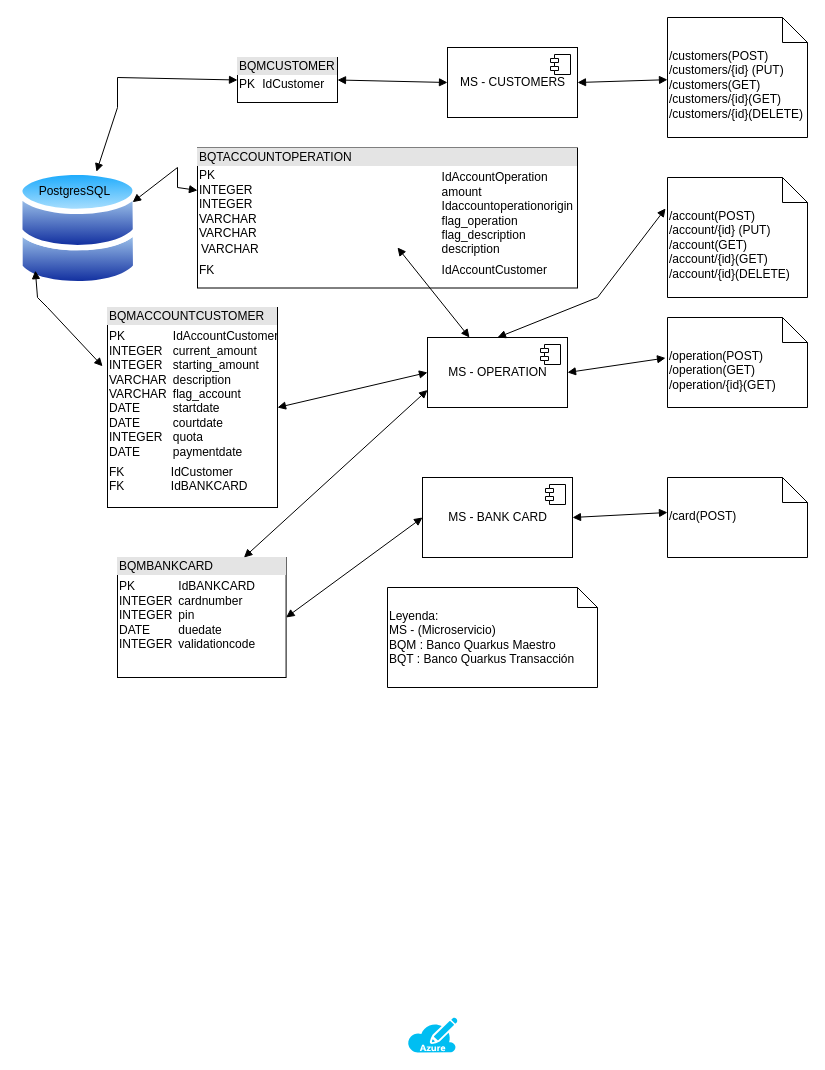
Before: SolutionBank-v1.drawio in AppBancoQuarkus/designsolution, a draw.io diagram. Source tidied: cells renumbered, new cells numbered last; positions are measured from the earlier drawing's top-left corner, leaving out a move shared by most shapes. Both pictures are drawn from the tidied source at 100%, with x=0, y=0 at pixel (17, 17).
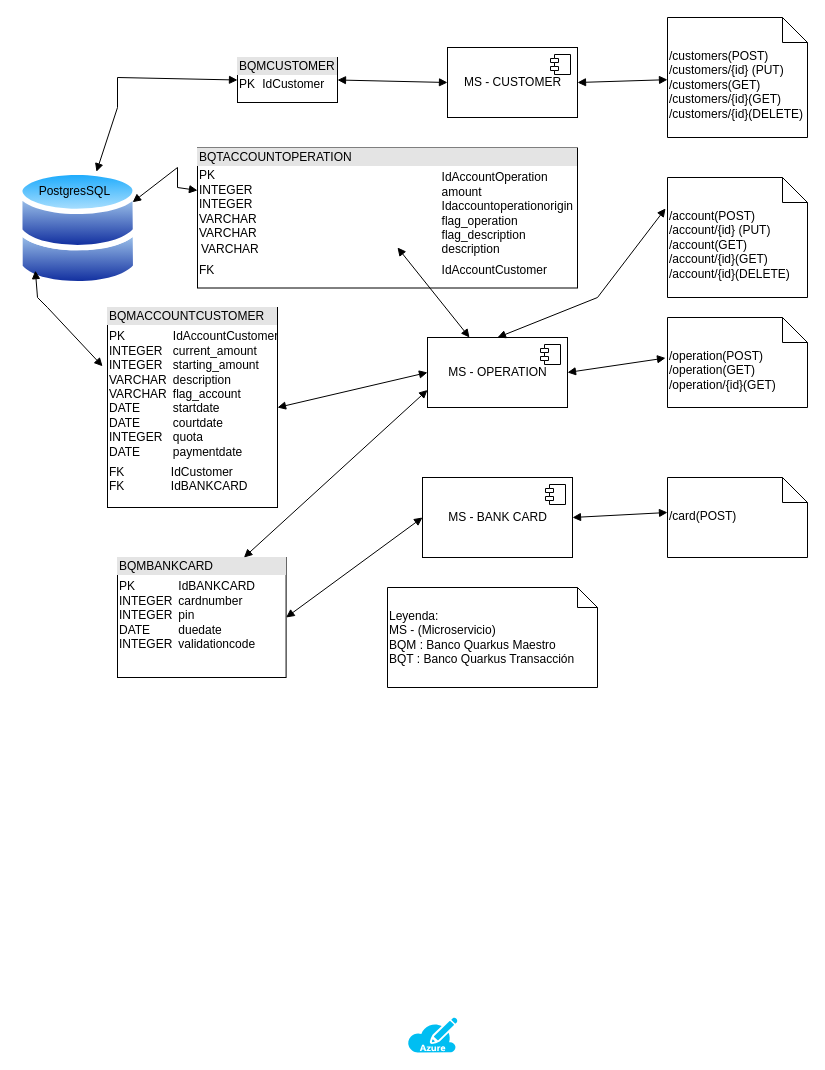
The same diagram, later.

Commit message:
Actualizando el nombre del archivo v2

The edit, as a diff of the source:
```diff
@@
-    <mxCell id="3" value="MS - CUSTOMERS" style="html=1;" parent="1" vertex="1">
+    <mxCell id="3" value="MS - CUSTOMER" style="html=1;" parent="1" vertex="1">
       <mxGeometry x="430" y="30" width="130" height="70" as="geometry" />
     </mxCell>
```
